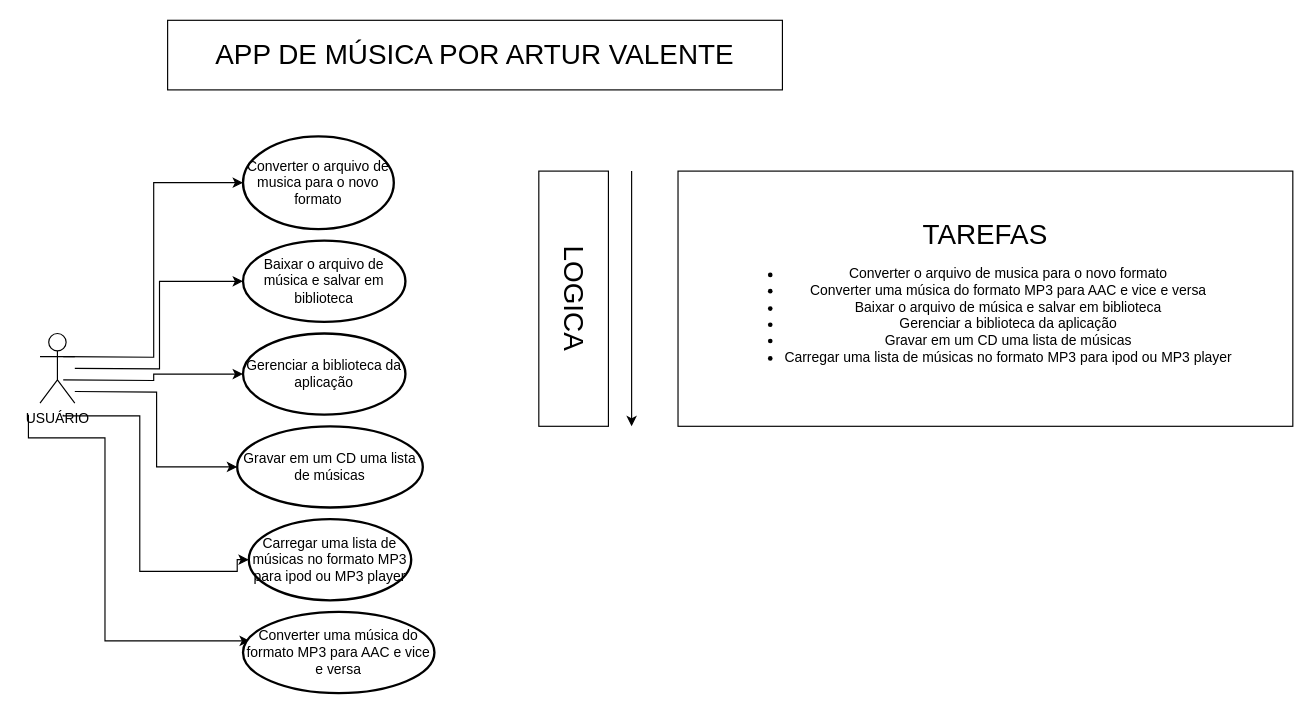
This is Diagrama sem nome.drawio from Valentethedev/Diagramas-drawio, a draw.io file, before an edit. Source tidied: cells renumbered, new cells numbered last; positions are measured from the earlier drawing's top-left corner, leaving out a move shared by most shapes. Both pictures are drawn from the tidied source at 116%, with x=0, y=0 at pixel (28, 20).
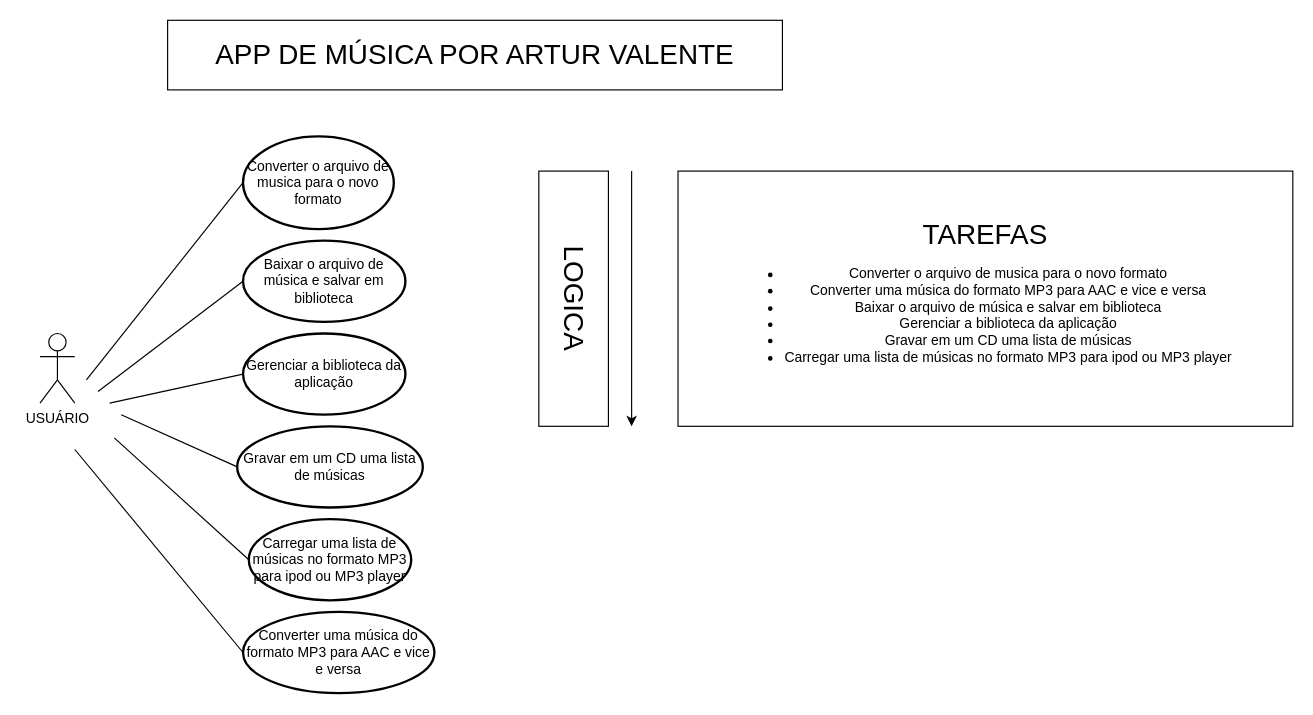
The same diagram, later.

The change refers to these unchanged cells:
```xml
<mxCell id="2" value="Converter o arquivo de musica para o novo formato" style="strokeWidth=2;html=1;shape=mxgraph.flowchart.start_1;whiteSpace=wrap;" parent="1" vertex="1">
  <mxGeometry x="185" y="100" width="130" height="80" as="geometry" />
</mxCell>
<mxCell id="4" value="Baixar o arquivo de música e salvar em biblioteca" style="strokeWidth=2;html=1;shape=mxgraph.flowchart.start_1;whiteSpace=wrap;" parent="1" vertex="1">
  <mxGeometry x="185" y="190" width="140" height="70" as="geometry" />
</mxCell>
<mxCell id="7" value="Gerenciar a biblioteca da aplicação" style="strokeWidth=2;html=1;shape=mxgraph.flowchart.start_1;whiteSpace=wrap;" parent="1" vertex="1">
  <mxGeometry x="185" y="270" width="140" height="70" as="geometry" />
</mxCell>
<mxCell id="9" value="Gravar em um CD uma lista de músicas" style="strokeWidth=2;html=1;shape=mxgraph.flowchart.start_1;whiteSpace=wrap;" parent="1" vertex="1">
  <mxGeometry x="180" y="350" width="160" height="70" as="geometry" />
</mxCell>
<mxCell id="10" value="Carregar uma lista de músicas no formato MP3 para ipod ou MP3 player" style="strokeWidth=2;html=1;shape=mxgraph.flowchart.start_1;whiteSpace=wrap;" parent="1" vertex="1">
  <mxGeometry x="190" y="430" width="140" height="70" as="geometry" />
</mxCell>
<mxCell id="13" value="Converter uma música do formato MP3 para AAC e vice e versa" style="strokeWidth=2;html=1;shape=mxgraph.flowchart.start_1;whiteSpace=wrap;" parent="1" vertex="1">
  <mxGeometry x="185" y="510" width="165" height="70" as="geometry" />
</mxCell>
```

The edit, as a diff of the source:
```diff
@@
-    <mxCell id="3" style="edgeStyle=orthogonalEdgeStyle;rounded=0;jettySize=auto;html=1;entryX=0;entryY=0.5;entryDx=0;entryDy=0;entryPerimeter=0;" parent="1" edge="1" target="2">
-      <mxGeometry relative="1" as="geometry">
-        <mxPoint x="30" y="290" as="sourcePoint" />
-      </mxGeometry>
-    </mxCell>
@@
-    <mxCell id="5" style="edgeStyle=orthogonalEdgeStyle;rounded=0;jettySize=auto;html=1;entryX=0;entryY=0.5;entryDx=0;entryDy=0;entryPerimeter=0;" parent="1" edge="1" target="4">
-      <mxGeometry relative="1" as="geometry">
-        <mxPoint x="40" y="300" as="sourcePoint" />
-      </mxGeometry>
-    </mxCell>
-    <mxCell id="6" style="edgeStyle=orthogonalEdgeStyle;rounded=0;jettySize=auto;html=1;entryX=0;entryY=0.5;entryDx=0;entryDy=0;entryPerimeter=0;" parent="1" edge="1" target="7">
-      <mxGeometry relative="1" as="geometry">
-        <mxPoint x="30" y="310" as="sourcePoint" />
-      </mxGeometry>
-    </mxCell>
@@
-    <mxCell id="8" style="edgeStyle=orthogonalEdgeStyle;rounded=0;jettySize=auto;html=1;entryX=0;entryY=0.5;entryDx=0;entryDy=0;entryPerimeter=0;" parent="1" edge="1" target="9">
-      <mxGeometry relative="1" as="geometry">
-        <mxPoint x="40" y="320" as="sourcePoint" />
-      </mxGeometry>
-    </mxCell>
@@
-    <mxCell id="11" style="edgeStyle=orthogonalEdgeStyle;rounded=0;jettySize=auto;html=1;entryX=0;entryY=0.5;entryDx=0;entryDy=0;entryPerimeter=0;" parent="1" edge="1" target="10">
-      <mxGeometry relative="1" as="geometry">
-        <mxPoint x="30" y="340" as="sourcePoint" />
-        <Array as="points">
-          <mxPoint x="30" y="341" />
-          <mxPoint x="96" y="341" />
-          <mxPoint x="96" y="475" />
-          <mxPoint x="180" y="475" />
-        </Array>
-      </mxGeometry>
-    </mxCell>
-    <mxCell id="12" style="edgeStyle=orthogonalEdgeStyle;rounded=0;jettySize=auto;html=1;entryX=0.036;entryY=0.357;entryDx=0;entryDy=0;entryPerimeter=0;" parent="1" edge="1" target="13">
-      <mxGeometry relative="1" as="geometry">
-        <mxPoint y="340" as="sourcePoint" />
-        <Array as="points">
-          <mxPoint y="360" />
-          <mxPoint x="66" y="360" />
-          <mxPoint x="66" y="535" />
-        </Array>
-      </mxGeometry>
-    </mxCell>
@@
+    <mxCell id="19" style="endArrow=none;html=1;rounded=0;entryX=0;entryY=0.5;entryDx=0;entryDy=0;entryPerimeter=0;" parent="1" edge="1" target="2">
+      <mxGeometry relative="1" as="geometry">
+        <mxPoint x="50" y="310" as="sourcePoint" />
+      </mxGeometry>
+    </mxCell>
+    <mxCell id="20" style="endArrow=none;html=1;rounded=0;entryX=0;entryY=0.5;entryDx=0;entryDy=0;entryPerimeter=0;" parent="1" edge="1" target="4">
+      <mxGeometry relative="1" as="geometry">
+        <mxPoint x="60" y="320" as="sourcePoint" />
+      </mxGeometry>
+    </mxCell>
+    <mxCell id="21" style="endArrow=none;html=1;rounded=0;entryX=0;entryY=0.5;entryDx=0;entryDy=0;entryPerimeter=0;" parent="1" edge="1" target="7">
+      <mxGeometry relative="1" as="geometry">
+        <mxPoint x="70" y="330" as="sourcePoint" />
+      </mxGeometry>
+    </mxCell>
+    <mxCell id="22" style="endArrow=none;html=1;rounded=0;entryX=0;entryY=0.5;entryDx=0;entryDy=0;entryPerimeter=0;" parent="1" edge="1" target="9">
+      <mxGeometry relative="1" as="geometry">
+        <mxPoint x="80" y="340" as="sourcePoint" />
+      </mxGeometry>
+    </mxCell>
+    <mxCell id="23" style="endArrow=none;html=1;rounded=0;entryX=0;entryY=0.5;entryDx=0;entryDy=0;entryPerimeter=0;" parent="1" edge="1" target="10">
+      <mxGeometry relative="1" as="geometry">
+        <mxPoint x="74" y="360" as="sourcePoint" />
+      </mxGeometry>
+    </mxCell>
+    <mxCell id="24" style="endArrow=none;html=1;rounded=0;entryX=0;entryY=0.5;entryDx=0;entryDy=0;entryPerimeter=0;" parent="1" edge="1" target="13">
+      <mxGeometry relative="1" as="geometry">
+        <mxPoint x="40" y="370" as="sourcePoint" />
+      </mxGeometry>
+    </mxCell>
```
